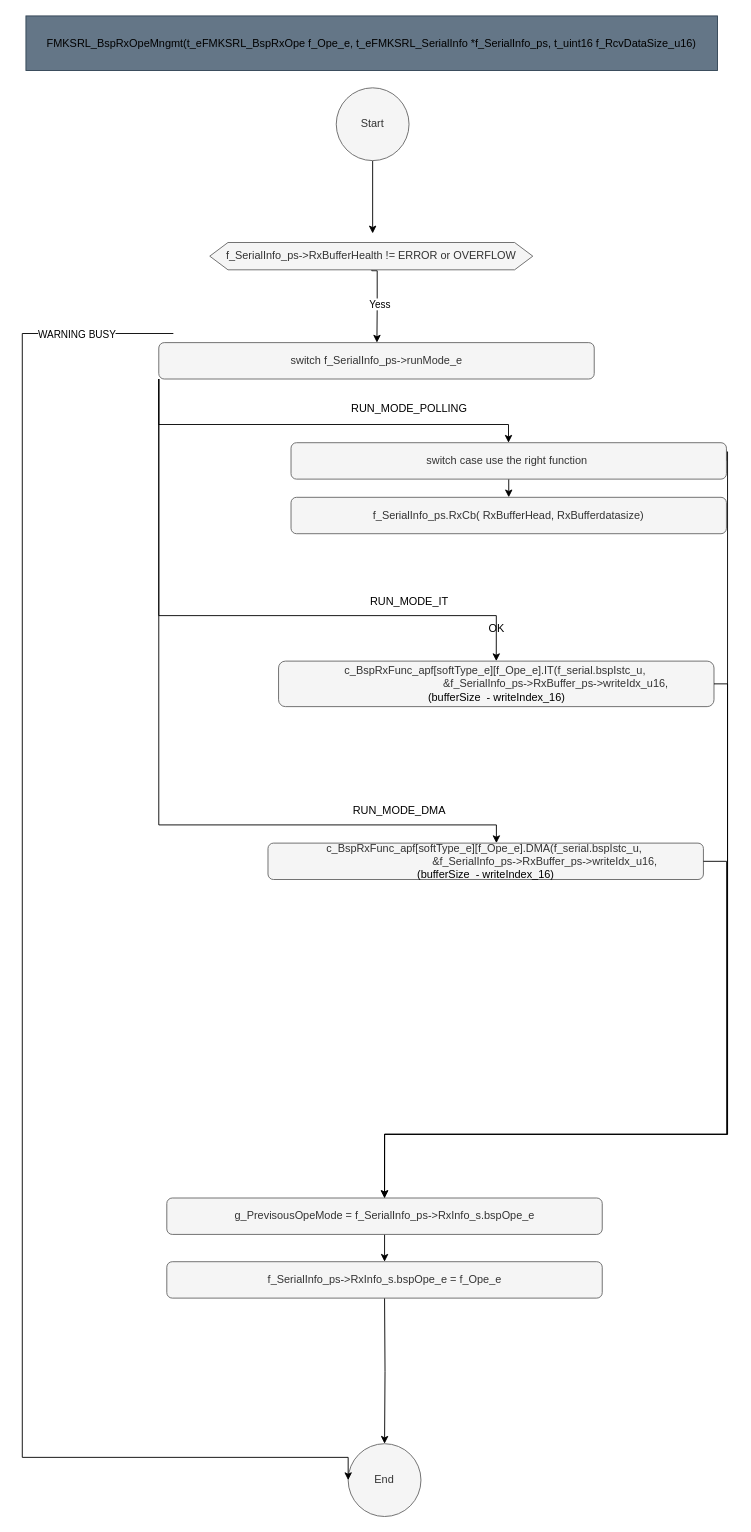
Earlier version of the draw.io diagram page "sBspRxOpeMngmt" (12 of 15) of src/1_FMK/FMK_HAL/FMK_SRL/Doc/Design/SerialDesign.drawio (mbarbeau0545/PickersRobotPOC). Source tidied: cells renumbered, new cells numbered last; positions are measured from the earlier drawing's top-left corner, leaving out a move shared by most shapes. Both pictures are drawn from the tidied source at 91%, with x=0, y=0 at pixel (22, 15).
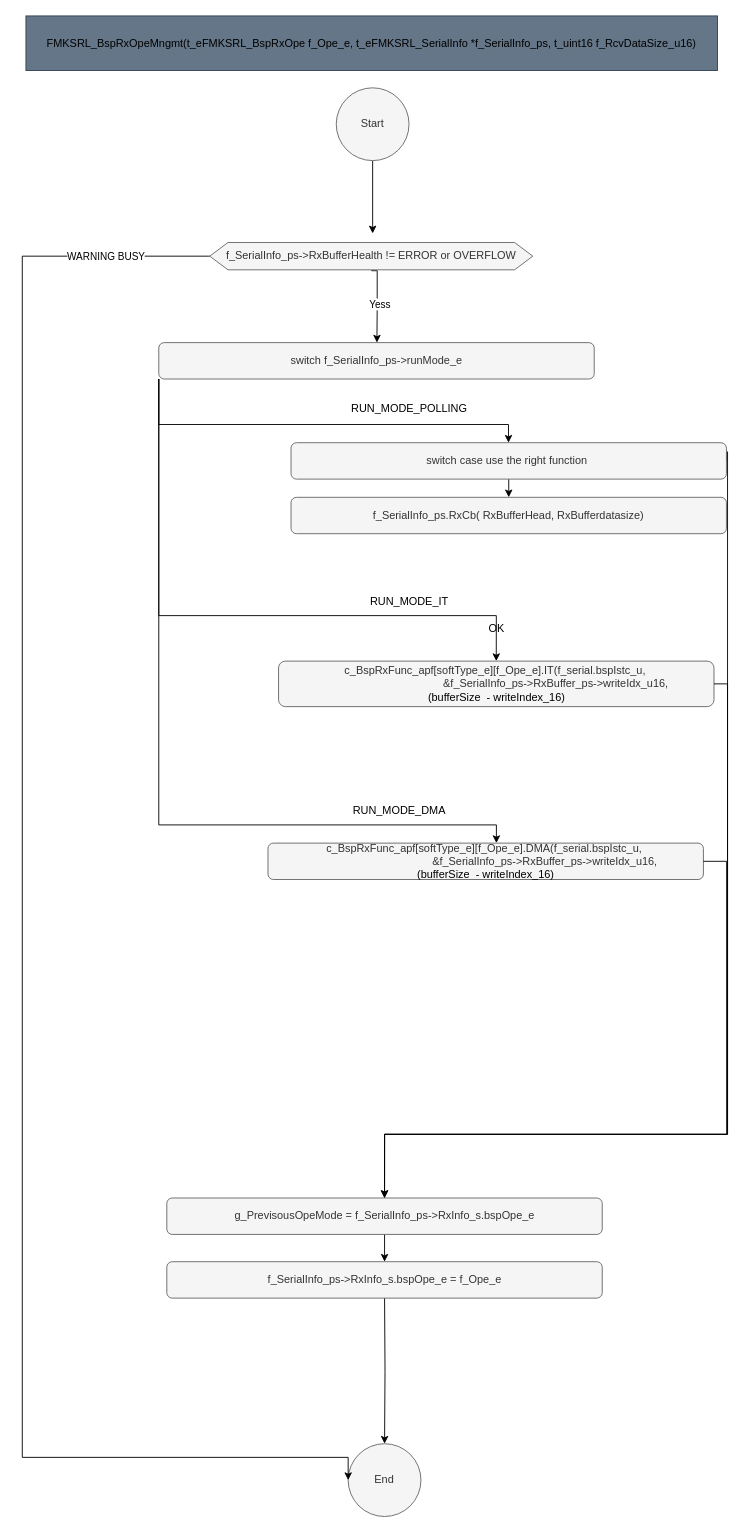
The same diagram, later.

Unchanged cells that the change refers to:
```xml
<mxCell id="19" value="End" style="ellipse;whiteSpace=wrap;html=1;fillColor=#f5f5f5;fontColor=#333333;strokeColor=#666666;" parent="1" vertex="1">
  <mxGeometry x="358.1" y="1569" width="80" height="80" as="geometry" />
</mxCell>
<mxCell id="24" value="f_SerialInfo_ps-&amp;gt;RxBufferHealth != ERROR or OVERFLOW" style="shape=hexagon;perimeter=hexagonPerimeter2;whiteSpace=wrap;html=1;fixedSize=1;fillColor=#f5f5f5;fontColor=#333333;strokeColor=#666666;" parent="1" vertex="1">
  <mxGeometry x="206" y="249" width="355" height="30" as="geometry" />
</mxCell>
```

What changed in the source:
```diff
@@
-    <mxCell id="22" style="edgeStyle=orthogonalEdgeStyle;rounded=0;jettySize=auto;html=1;exitX=0;exitY=0.5;exitDx=0;exitDy=0;entryX=0;entryY=0.5;entryDx=0;entryDy=0;" parent="1" edge="1" target="19">
+    <mxCell id="22" style="edgeStyle=orthogonalEdgeStyle;rounded=0;jettySize=auto;html=1;exitX=0;exitY=0.5;exitDx=0;exitDy=0;entryX=0;entryY=0.5;entryDx=0;entryDy=0;" parent="1" edge="1" source="24" target="19">
       <mxGeometry relative="1" as="geometry">
-        <mxPoint x="166" y="349" as="sourcePoint" />
         <Array as="points">
-          <mxPoint y="349" />
+          <mxPoint y="264" />
           <mxPoint y="1584" />
           <mxPoint x="358" y="1584" />
         </Array>
       </mxGeometry>
     </mxCell>
```
